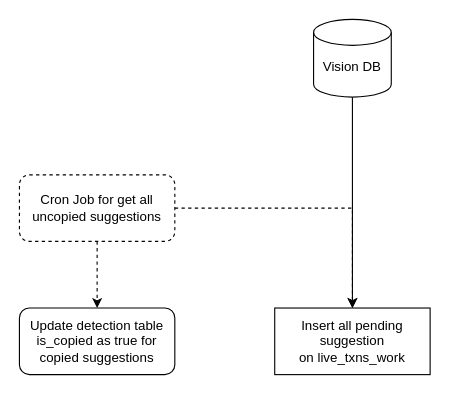
Before: live-txn-cron.drawio in bb-midhunps/diagrams, a draw.io diagram. Source tidied: cells renumbered, new cells numbered last; positions are measured from the earlier drawing's top-left corner, leaving out a move shared by most shapes. Both pictures are drawn from the tidied source at 111%, with x=0, y=0 at pixel (19, 19).
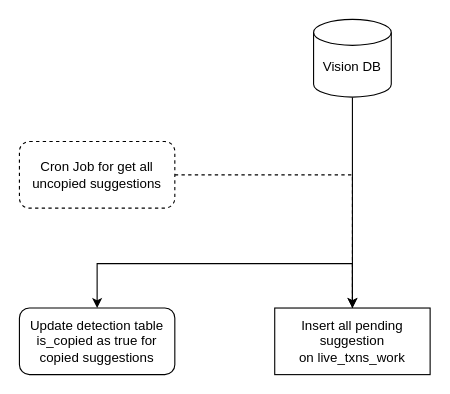
Above is the later version.

The edit, as a diff of the source:
```diff
@@
 <mxGraphModel>
   <root>
     <mxCell id="0" />
     <mxCell id="1" parent="0" />
     <mxCell id="2" style="edgeStyle=orthogonalEdgeStyle;rounded=0;jettySize=auto;html=1;exitX=0.5;exitY=1;exitDx=0;exitDy=0;exitPerimeter=0;entryX=0.5;entryY=0;entryDx=0;entryDy=0;" parent="1" edge="1" source="3" target="7">
       <mxGeometry relative="1" as="geometry" />
     </mxCell>
     <mxCell id="3" value="&lt;br&gt;Vision DB" style="strokeWidth=1;html=1;shape=mxgraph.flowchart.database;whiteSpace=wrap;" parent="1" vertex="1">
       <mxGeometry x="265" width="70" height="70" as="geometry" />
     </mxCell>
-    <mxCell id="4" style="edgeStyle=orthogonalEdgeStyle;rounded=0;jettySize=auto;html=1;entryX=0.5;entryY=0;entryDx=0;entryDy=0;dashed=1;" parent="1" edge="1" source="6" target="8">
-      <mxGeometry relative="1" as="geometry" />
-    </mxCell>
     <mxCell id="5" style="edgeStyle=orthogonalEdgeStyle;rounded=0;jettySize=auto;html=1;exitX=1;exitY=0.5;exitDx=0;exitDy=0;entryX=0.5;entryY=0;entryDx=0;entryDy=0;dashed=1;" parent="1" edge="1" source="6" target="7">
       <mxGeometry relative="1" as="geometry" />
     </mxCell>
     <mxCell id="6" value="Cron Job for get all uncopied suggestions" style="whiteSpace=wrap;html=1;dashed=1;rounded=1;" parent="1" vertex="1">
-      <mxGeometry y="140" width="140" height="60" as="geometry" />
+      <mxGeometry y="110" width="140" height="60" as="geometry" />
     </mxCell>
+    <mxCell id="9" style="edgeStyle=orthogonalEdgeStyle;rounded=0;jettySize=auto;html=1;exitX=0.5;exitY=0;exitDx=0;exitDy=0;entryX=0.5;entryY=0;entryDx=0;entryDy=0;" parent="1" edge="1" source="7" target="8">
+      <mxGeometry relative="1" as="geometry">
+        <Array as="points">
+          <mxPoint x="300" y="220" />
+          <mxPoint x="70" y="220" />
+        </Array>
+      </mxGeometry>
+    </mxCell>
     <mxCell id="7" value="Insert all pending suggestion on&amp;nbsp;live_txns_work" style="whiteSpace=wrap;html=1;strokeWidth=1;" parent="1" vertex="1">
       <mxGeometry x="230" y="260" width="140" height="60" as="geometry" />
     </mxCell>
     <mxCell id="8" value="Update detection table is_copied as true for copied suggestions" style="rounded=1;whiteSpace=wrap;html=1;" parent="1" vertex="1">
       <mxGeometry y="260" width="140" height="60" as="geometry" />
     </mxCell>
   </root>
 </mxGraphModel>
```
